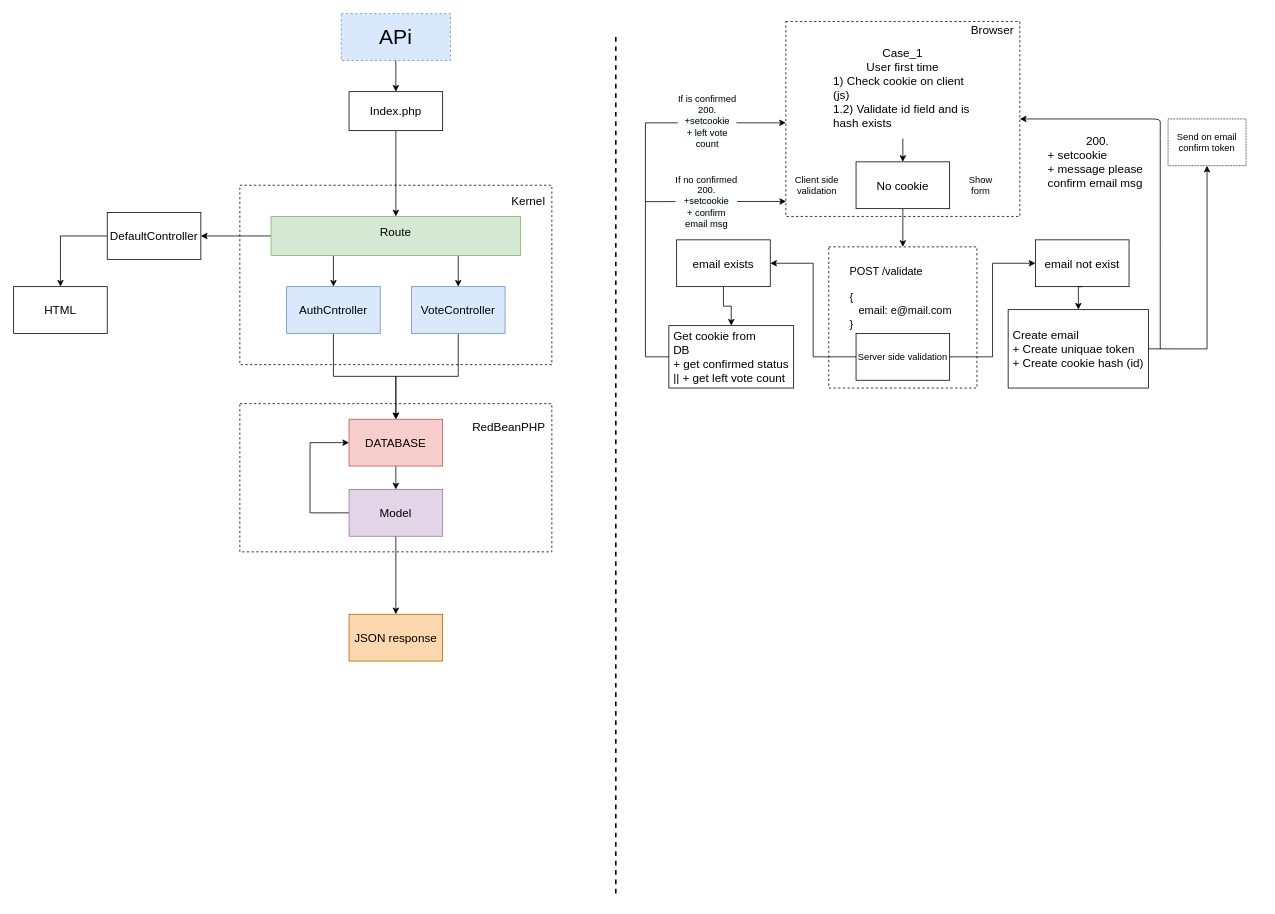
This is doc/scheme.drawio from kirillzavorotni/cocktailvote, a draw.io file, before an edit. Source tidied: cells renumbered, new cells numbered last; positions are measured from the earlier drawing's top-left corner, leaving out a move shared by most shapes. Both pictures are drawn from the tidied source at 78%, with x=0, y=0 at pixel (13, 13).
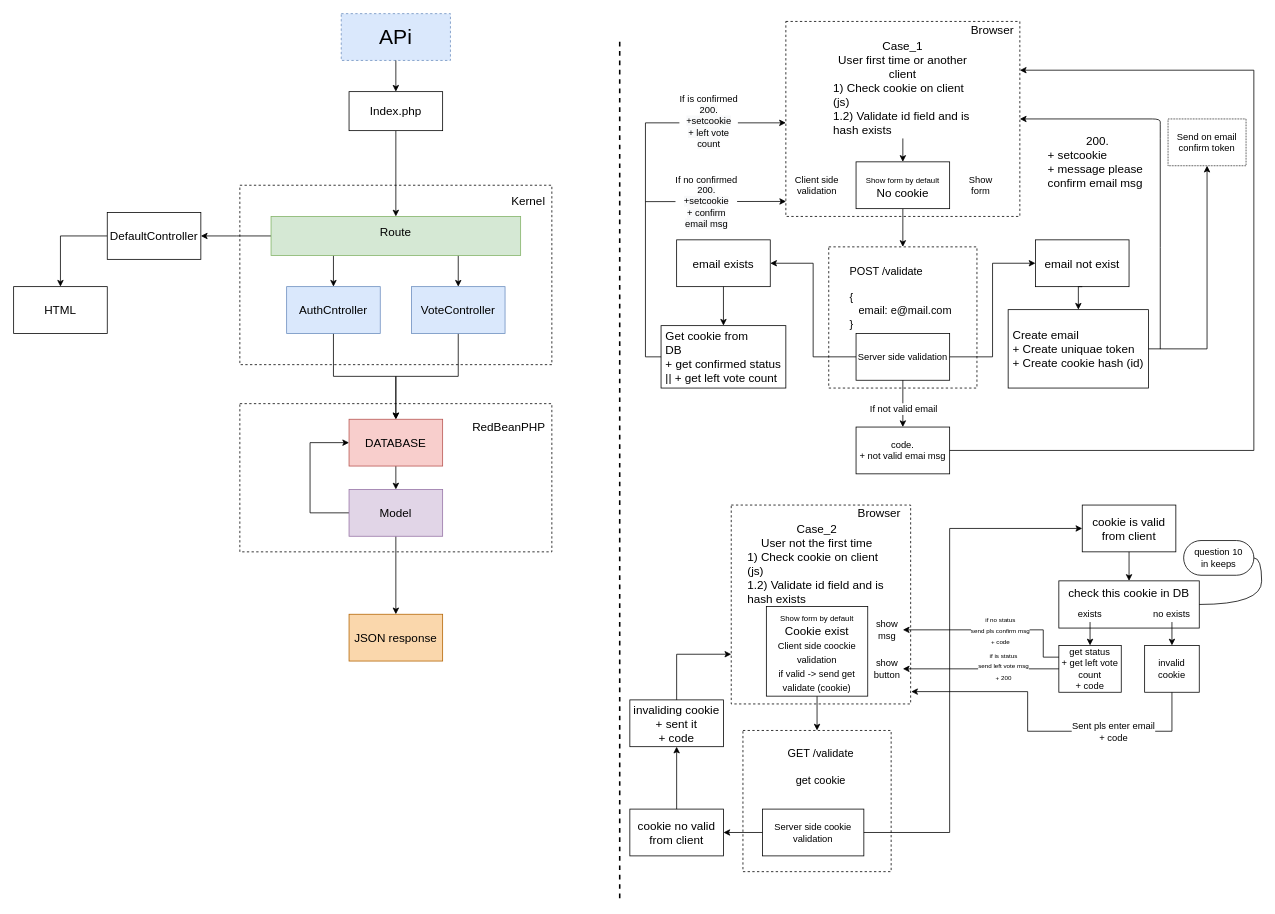
The same diagram, later.

Commit message:
add scheme cookie exists

The change refers to these unchanged cells:
```xml
<mxCell id="4" value="&lt;span style=&quot;white-space: normal&quot;&gt;Server side validation&lt;/span&gt;" style="rounded=0;whiteSpace=wrap;html=1;fillColor=none;" parent="1" vertex="1">
  <mxGeometry x="1080" y="410" width="120" height="60" as="geometry" />
</mxCell>
<mxCell id="5" style="rounded=0;whiteSpace=wrap;html=1;strokeWidth=1;fillColor=none;fontSize=15;dashed=1;" parent="1" vertex="1">
  <mxGeometry x="990" y="10" width="300" height="250" as="geometry" />
</mxCell>
```

Change to the diagram source:
```diff
@@
+    <mxCell id="59" style="edgeStyle=orthogonalEdgeStyle;rounded=0;jettySize=auto;html=1;exitX=0.5;exitY=1;exitDx=0;exitDy=0;entryX=0.5;entryY=0;entryDx=0;entryDy=0;" parent="1" edge="1" source="4" target="79">
+      <mxGeometry relative="1" as="geometry" />
+    </mxCell>
+    <mxCell id="60" value="If not valid email" style="text;html=1;align=center;verticalAlign=middle;labelBackgroundColor=#ffffff;" parent="59" vertex="1">
+      <mxGeometry x="0.2" relative="1" as="geometry" />
+    </mxCell>
@@
     <mxCell id="35" style="line;strokeWidth=2;direction=south;html=1;dashed=1;fillColor=#ffffff;fontSize=15;" parent="1" vertex="1">
-      <mxGeometry x="767" y="30" width="10" height="1100" as="geometry" />
+      <mxGeometry x="772" y="36" width="10" height="1100" as="geometry" />
     </mxCell>
@@
-    <mxCell id="37" value="Case_1&lt;br&gt;User&amp;nbsp;first time&lt;br&gt;&lt;div style=&quot;text-align: left&quot;&gt;&lt;span&gt;1) Check cookie on client (js)&lt;br&gt;1.2) V&lt;/span&gt;&lt;span&gt;alidate id field and is hash exists&lt;/span&gt;&lt;/div&gt;" style="text;html=1;align=center;verticalAlign=middle;whiteSpace=wrap;rounded=0;dashed=1;fontSize=15;fillColor=none;flipV=0;flipH=1;" parent="1" vertex="1">
+    <mxCell id="37" value="Case_1&lt;br&gt;User&amp;nbsp;first time or another client&lt;br&gt;&lt;div style=&quot;text-align: left&quot;&gt;&lt;span&gt;1) Check cookie on client (js)&lt;br&gt;1.2) V&lt;/span&gt;&lt;span&gt;alidate id field and is hash exists&lt;/span&gt;&lt;/div&gt;" style="text;html=1;align=center;verticalAlign=middle;whiteSpace=wrap;rounded=0;dashed=1;fontSize=15;fillColor=none;flipV=0;flipH=1;" parent="1" vertex="1">
       <mxGeometry x="1050" y="30" width="180" height="130" as="geometry" />
     </mxCell>
@@
-    <mxCell id="39" value="No cookie" style="rounded=0;whiteSpace=wrap;html=1;strokeWidth=1;fillColor=#ffffff;fontSize=15;" parent="1" vertex="1">
+    <mxCell id="39" value="&lt;span style=&quot;font-size: 10px&quot;&gt;Show form by default&lt;/span&gt;&lt;br&gt;No cookie" style="rounded=0;whiteSpace=wrap;html=1;strokeWidth=1;fillColor=#ffffff;fontSize=15;" parent="1" vertex="1">
       <mxGeometry x="1080" y="190" width="120" height="60" as="geometry" />
     </mxCell>
@@
     <mxCell id="51" value="&lt;div style=&quot;text-align: justify&quot;&gt;&lt;span&gt;Get cookie from&lt;/span&gt;&lt;/div&gt;&lt;div style=&quot;text-align: justify&quot;&gt;&lt;span&gt;DB&lt;/span&gt;&lt;/div&gt;&lt;div style=&quot;text-align: justify&quot;&gt;&lt;span&gt;+ get confirmed status&lt;/span&gt;&lt;/div&gt;&lt;div style=&quot;text-align: justify&quot;&gt;&lt;span&gt;|| + get left vote count&lt;/span&gt;&lt;/div&gt;" style="rounded=0;whiteSpace=wrap;html=1;strokeWidth=1;fillColor=none;fontSize=15;" parent="1" vertex="1">
-      <mxGeometry x="840" y="400" width="160" height="80" as="geometry" />
+      <mxGeometry x="830" y="400" width="160" height="80" as="geometry" />
     </mxCell>
@@
+    <mxCell id="61" style="rounded=0;whiteSpace=wrap;html=1;strokeWidth=1;fillColor=none;fontSize=15;dashed=1;" parent="1" vertex="1">
+      <mxGeometry x="935" y="919" width="190" height="181" as="geometry" />
+    </mxCell>
+    <mxCell id="62" style="edgeStyle=orthogonalEdgeStyle;rounded=0;jettySize=auto;html=1;entryX=0;entryY=0.5;entryDx=0;entryDy=0;" parent="1" edge="1" source="64" target="75">
+      <mxGeometry relative="1" as="geometry">
+        <Array as="points">
+          <mxPoint x="1200" y="1050" />
+          <mxPoint x="1200" y="660" />
+        </Array>
+      </mxGeometry>
+    </mxCell>
+    <mxCell id="63" style="edgeStyle=orthogonalEdgeStyle;rounded=0;jettySize=auto;html=1;entryX=1;entryY=0.5;entryDx=0;entryDy=0;" parent="1" edge="1" source="64" target="71">
+      <mxGeometry relative="1" as="geometry" />
+    </mxCell>
+    <mxCell id="64" value="&lt;span style=&quot;white-space: normal&quot;&gt;Server side cookie validation&lt;/span&gt;" style="rounded=0;whiteSpace=wrap;html=1;fillColor=none;" parent="1" vertex="1">
+      <mxGeometry x="960" y="1019.8" width="130" height="60" as="geometry" />
+    </mxCell>
+    <mxCell id="65" style="rounded=0;whiteSpace=wrap;html=1;strokeWidth=1;fillColor=none;fontSize=15;dashed=1;" parent="1" vertex="1">
+      <mxGeometry x="920" y="630" width="230" height="255" as="geometry" />
+    </mxCell>
+    <mxCell id="66" value="Case_2&lt;br&gt;User not the first time&lt;br&gt;&lt;div style=&quot;text-align: left&quot;&gt;1) Check cookie on client (js)&lt;br&gt;1.2) Validate id field and is hash exists&lt;/div&gt;" style="text;html=1;align=center;verticalAlign=middle;whiteSpace=wrap;rounded=0;dashed=1;fontSize=15;fillColor=none;flipV=0;flipH=1;" parent="1" vertex="1">
+      <mxGeometry x="940" y="640" width="180" height="130" as="geometry" />
+    </mxCell>
+    <mxCell id="67" style="edgeStyle=orthogonalEdgeStyle;rounded=0;jettySize=auto;html=1;exitX=0.5;exitY=1;exitDx=0;exitDy=0;fontSize=15;" parent="1" edge="1" source="68" target="61">
+      <mxGeometry relative="1" as="geometry" />
+    </mxCell>
+    <mxCell id="68" value="&lt;font style=&quot;font-size: 10px&quot;&gt;Show form by default&lt;/font&gt;&lt;br&gt;Cookie exist&lt;br&gt;&lt;span style=&quot;font-size: 12px&quot;&gt;Client side coockie validation&lt;br&gt;if valid -&amp;gt; send get validate (cookie)&lt;br&gt;&lt;/span&gt;" style="rounded=0;whiteSpace=wrap;html=1;strokeWidth=1;fillColor=#ffffff;fontSize=15;" parent="1" vertex="1">
+      <mxGeometry x="965" y="760" width="130" height="115" as="geometry" />
+    </mxCell>
+    <mxCell id="69" value="Browser" style="text;html=1;strokeColor=none;fillColor=none;align=center;verticalAlign=middle;whiteSpace=wrap;rounded=0;fontSize=15;" parent="1" vertex="1">
+      <mxGeometry x="1090" y="630" width="40" height="20" as="geometry" />
+    </mxCell>
+    <mxCell id="70" style="edgeStyle=orthogonalEdgeStyle;rounded=0;jettySize=auto;html=1;" parent="1" edge="1" source="71" target="73">
+      <mxGeometry relative="1" as="geometry" />
+    </mxCell>
+    <mxCell id="71" value="cookie no valid&lt;br&gt;from client" style="rounded=0;whiteSpace=wrap;html=1;strokeWidth=1;fillColor=none;fontSize=15;" parent="1" vertex="1">
+      <mxGeometry x="790" y="1019.8" width="120" height="60" as="geometry" />
+    </mxCell>
+    <mxCell id="72" style="edgeStyle=orthogonalEdgeStyle;rounded=0;jettySize=auto;html=1;exitX=0.5;exitY=0;exitDx=0;exitDy=0;entryX=0;entryY=0.75;entryDx=0;entryDy=0;" parent="1" edge="1" source="73" target="65">
+      <mxGeometry relative="1" as="geometry" />
+    </mxCell>
+    <mxCell id="73" value="invaliding cookie&lt;br&gt;+ sent it&lt;br&gt;+ code" style="rounded=0;whiteSpace=wrap;html=1;strokeWidth=1;fillColor=none;fontSize=15;" parent="1" vertex="1">
+      <mxGeometry x="790" y="879.8" width="120" height="60" as="geometry" />
+    </mxCell>
+    <mxCell id="74" style="edgeStyle=orthogonalEdgeStyle;rounded=0;jettySize=auto;html=1;exitX=0.5;exitY=1;exitDx=0;exitDy=0;entryX=0.5;entryY=0;entryDx=0;entryDy=0;fontSize=15;" parent="1" edge="1" source="75" target="76">
+      <mxGeometry relative="1" as="geometry" />
+    </mxCell>
+    <mxCell id="75" value="cookie is valid&lt;br&gt;from client" style="rounded=0;whiteSpace=wrap;html=1;strokeWidth=1;fillColor=none;fontSize=15;" parent="1" vertex="1">
+      <mxGeometry x="1370" y="630" width="120" height="60" as="geometry" />
+    </mxCell>
+    <mxCell id="76" value="&lt;div style=&quot;text-align: justify&quot;&gt;check this cookie in DB&lt;/div&gt;" style="rounded=0;whiteSpace=wrap;html=1;strokeWidth=1;fillColor=none;fontSize=15;verticalAlign=top;" parent="1" vertex="1">
+      <mxGeometry x="1340" y="727.2" width="180" height="60.5" as="geometry" />
+    </mxCell>
+    <mxCell id="77" value="&lt;div&gt;&lt;span style=&quot;font-size: 14px&quot;&gt;GET /validate&lt;/span&gt;&lt;/div&gt;&lt;font&gt;&lt;div&gt;&lt;span style=&quot;font-size: 14px&quot;&gt;&lt;br&gt;&lt;/span&gt;&lt;/div&gt;&lt;/font&gt;&lt;div style=&quot;font-size: 14px&quot;&gt;get cookie&lt;/div&gt;" style="text;html=1;strokeColor=none;fillColor=none;align=center;verticalAlign=top;whiteSpace=wrap;rounded=0;dashed=1;dashPattern=1 1;" parent="1" vertex="1">
+      <mxGeometry x="960" y="934" width="150" height="61" as="geometry" />
+    </mxCell>
+    <mxCell id="78" style="edgeStyle=orthogonalEdgeStyle;rounded=0;jettySize=auto;html=1;exitX=1;exitY=0.5;exitDx=0;exitDy=0;entryX=1;entryY=0.25;entryDx=0;entryDy=0;" parent="1" edge="1" source="79" target="5">
+      <mxGeometry relative="1" as="geometry">
+        <Array as="points">
+          <mxPoint x="1590" y="560" />
+          <mxPoint x="1590" y="73" />
+        </Array>
+      </mxGeometry>
+    </mxCell>
+    <mxCell id="79" value="code.&lt;br&gt;+ not valid emai msg" style="rounded=0;whiteSpace=wrap;html=1;fillColor=none;align=center;" parent="1" vertex="1">
+      <mxGeometry x="1080" y="530" width="120" height="60" as="geometry" />
+    </mxCell>
+    <mxCell id="80" value="exists" style="text;html=1;strokeColor=none;fillColor=none;align=center;verticalAlign=middle;whiteSpace=wrap;rounded=0;" parent="1" vertex="1">
+      <mxGeometry x="1360" y="760" width="40" height="20" as="geometry" />
+    </mxCell>
+    <mxCell id="81" value="no exists" style="text;html=1;strokeColor=none;fillColor=none;align=center;verticalAlign=middle;whiteSpace=wrap;rounded=0;" parent="1" vertex="1">
+      <mxGeometry x="1460" y="760" width="50" height="20" as="geometry" />
+    </mxCell>
+    <mxCell id="82" style="endArrow=classic;html=1;exitX=0.5;exitY=1;exitDx=0;exitDy=0;entryX=0.5;entryY=0;entryDx=0;entryDy=0;" parent="1" edge="1" source="80" target="87">
+      <mxGeometry relative="1" as="geometry" />
+    </mxCell>
+    <mxCell id="83" style="edgeStyle=orthogonalEdgeStyle;rounded=0;jettySize=auto;html=1;exitX=0;exitY=0.5;exitDx=0;exitDy=0;entryX=1;entryY=0.5;entryDx=0;entryDy=0;" parent="1" edge="1" source="87" target="95">
+      <mxGeometry relative="1" as="geometry" />
+    </mxCell>
+    <mxCell id="84" value="&lt;span style=&quot;font-size: 8px&quot;&gt;if is status&lt;/span&gt;&lt;br style=&quot;font-size: 8px&quot;&gt;&lt;span style=&quot;font-size: 8px&quot;&gt;send left vote msg&lt;/span&gt;&lt;br style=&quot;font-size: 8px&quot;&gt;&lt;span style=&quot;font-size: 8px&quot;&gt;+ 200&lt;/span&gt;" style="text;html=1;align=center;verticalAlign=middle;labelBackgroundColor=#ffffff;" parent="83" vertex="1">
+      <mxGeometry x="-0.1" y="-2" relative="1" as="geometry">
+        <mxPoint x="18" y="-3" as="offset" />
+      </mxGeometry>
+    </mxCell>
+    <mxCell id="85" style="edgeStyle=orthogonalEdgeStyle;rounded=0;jettySize=auto;html=1;exitX=0;exitY=0.25;exitDx=0;exitDy=0;entryX=1;entryY=0.5;entryDx=0;entryDy=0;" parent="1" edge="1" source="87" target="94">
+      <mxGeometry relative="1" as="geometry">
+        <Array as="points">
+          <mxPoint x="1320" y="825" />
+          <mxPoint x="1320" y="790" />
+        </Array>
+      </mxGeometry>
+    </mxCell>
+    <mxCell id="86" value="&lt;span style=&quot;font-size: 8px&quot;&gt;if no status&lt;/span&gt;&lt;br style=&quot;font-size: 8px&quot;&gt;&lt;span style=&quot;font-size: 8px&quot;&gt;send pls confirm msg&lt;/span&gt;&lt;br style=&quot;font-size: 8px&quot;&gt;&lt;span style=&quot;font-size: 8px&quot;&gt;+ code&lt;/span&gt;" style="text;html=1;align=center;verticalAlign=middle;labelBackgroundColor=#ffffff;" parent="85" vertex="1">
+      <mxGeometry x="0.13" y="-1" relative="1" as="geometry">
+        <mxPoint x="22.3" y="0.1" as="offset" />
+      </mxGeometry>
+    </mxCell>
+    <mxCell id="87" value="get status&lt;br&gt;+ get left vote count&lt;br&gt;+ code" style="rounded=0;whiteSpace=wrap;html=1;fillColor=none;align=center;" parent="1" vertex="1">
+      <mxGeometry x="1340" y="810" width="80" height="60" as="geometry" />
+    </mxCell>
+    <mxCell id="88" style="edgeStyle=orthogonalEdgeStyle;rounded=0;jettySize=auto;html=1;exitX=0.5;exitY=1;exitDx=0;exitDy=0;entryX=1.003;entryY=0.938;entryDx=0;entryDy=0;entryPerimeter=0;" parent="1" edge="1" source="90" target="65">
+      <mxGeometry relative="1" as="geometry">
+        <Array as="points">
+          <mxPoint x="1485" y="920" />
+          <mxPoint x="1300" y="920" />
+          <mxPoint x="1300" y="869" />
+        </Array>
+      </mxGeometry>
+    </mxCell>
+    <mxCell id="89" value="Sent pls enter email&lt;br&gt;+ code" style="text;html=1;align=center;verticalAlign=middle;labelBackgroundColor=#ffffff;" parent="88" vertex="1">
+      <mxGeometry x="-0.42" relative="1" as="geometry" />
+    </mxCell>
+    <mxCell id="90" value="invalid cookie" style="rounded=0;whiteSpace=wrap;html=1;fillColor=none;align=center;" parent="1" vertex="1">
+      <mxGeometry x="1450" y="810" width="70" height="60" as="geometry" />
+    </mxCell>
+    <mxCell id="91" style="endArrow=classic;html=1;exitX=0.5;exitY=1;exitDx=0;exitDy=0;entryX=0.5;entryY=0;entryDx=0;entryDy=0;" parent="1" edge="1" source="81" target="90">
+      <mxGeometry relative="1" as="geometry" />
+    </mxCell>
+    <mxCell id="92" value="question 10&lt;br&gt;in keeps" style="whiteSpace=wrap;html=1;rounded=1;arcSize=50;align=center;verticalAlign=middle;strokeWidth=1;spacing=4;fillColor=none;" parent="1" vertex="1" collapsed="1">
+      <mxGeometry x="1500" y="675.5" width="90" height="44.5" as="geometry" />
+    </mxCell>
+    <mxCell id="93" style="edgeStyle=entityRelationEdgeStyle;startArrow=none;endArrow=none;segment=10;curved=1;exitX=1;exitY=0.5;exitDx=0;exitDy=0;" parent="1" edge="1" source="76" target="92">
+      <mxGeometry relative="1" as="geometry" />
+    </mxCell>
+    <mxCell id="94" value="show&lt;br&gt;msg" style="text;html=1;strokeColor=none;fillColor=none;align=center;verticalAlign=middle;whiteSpace=wrap;rounded=0;" parent="1" vertex="1">
+      <mxGeometry x="1100" y="780" width="40" height="20" as="geometry" />
+    </mxCell>
+    <mxCell id="95" value="show&lt;br&gt;button" style="text;html=1;strokeColor=none;fillColor=none;align=center;verticalAlign=middle;whiteSpace=wrap;rounded=0;" parent="1" vertex="1">
+      <mxGeometry x="1100" y="830" width="40" height="20" as="geometry" />
+    </mxCell>
```
